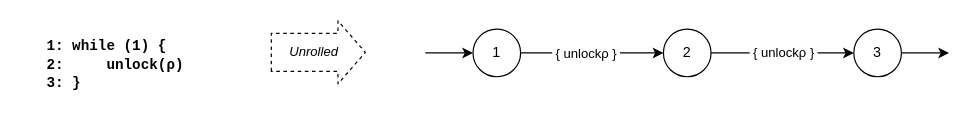
Above: implementation/figures/unrolling-false-positive.drawio in andersfischernielsen/Finding-Resource-Manipulation-Bugs-with-Monitor-Automata-on-the-Example-of-the-Linux-Kernel (draw.io), before the change. Source tidied: cells renumbered, new cells numbered last; positions are measured from the earlier drawing's top-left corner, leaving out a move shared by most shapes. Both pictures are drawn from the tidied source at 119%, with x=0, y=0 at pixel (44, 29).
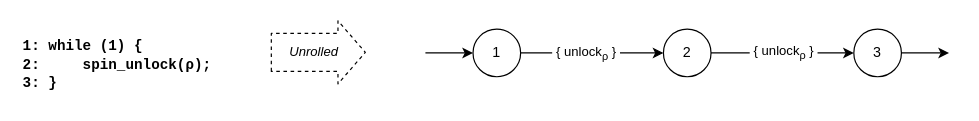
Above is the later version.

The edit, as a diff of the source:
```diff
@@
 <mxGraphModel>
   <root>
     <mxCell id="0" />
     <mxCell id="1" parent="0" />
     <mxCell id="2" style="edgeStyle=orthogonalEdgeStyle;rounded=0;jettySize=auto;html=1;exitX=1;exitY=0.5;exitDx=0;exitDy=0;entryX=0;entryY=0.5;entryDx=0;entryDy=0;" parent="1" edge="1" source="4" target="8">
       <mxGeometry relative="1" as="geometry" />
     </mxCell>
-    <mxCell id="3" value="&amp;nbsp;{ unlockρ }&amp;nbsp;" style="edgeLabel;html=1;align=center;verticalAlign=middle;" parent="2" vertex="1">
+    <mxCell id="3" value="&amp;nbsp;{ unlock&lt;sub&gt;ρ&lt;/sub&gt; }&amp;nbsp;" style="edgeLabel;html=1;align=center;verticalAlign=middle;" parent="2" vertex="1">
       <mxGeometry x="-0.28" relative="1" as="geometry">
         <mxPoint x="11" as="offset" />
       </mxGeometry>
     </mxCell>
     <mxCell id="4" value="1" style="ellipse;whiteSpace=wrap;html=1;" parent="1" vertex="1">
       <mxGeometry x="360" width="40" height="40" as="geometry" />
     </mxCell>
-    <mxCell id="5" value="&lt;font face=&quot;Courier New&quot;&gt;&lt;b&gt;1: while (1) {&lt;br&gt;2:&amp;nbsp; &amp;nbsp; &amp;nbsp;unlock(ρ)&lt;br&gt;&lt;/b&gt;&lt;/font&gt;&lt;div&gt;&lt;span&gt;&lt;font face=&quot;Courier New&quot;&gt;&lt;b&gt;3: }&lt;/b&gt;&lt;/font&gt;&lt;/span&gt;&lt;/div&gt;" style="text;html=1;strokeColor=none;fillColor=none;align=left;verticalAlign=middle;whiteSpace=wrap;rounded=0;" parent="1" vertex="1">
-      <mxGeometry width="120" height="60" as="geometry" />
+    <mxCell id="5" value="&lt;font face=&quot;Courier New&quot;&gt;&lt;b&gt;1: while (1) {&lt;br&gt;2:&amp;nbsp; &amp;nbsp; &amp;nbsp;spin_unlock(ρ);&lt;br&gt;&lt;/b&gt;&lt;/font&gt;&lt;div&gt;&lt;span&gt;&lt;font face=&quot;Courier New&quot;&gt;&lt;b&gt;3: }&lt;/b&gt;&lt;/font&gt;&lt;/span&gt;&lt;/div&gt;" style="text;html=1;strokeColor=none;fillColor=none;align=left;verticalAlign=middle;whiteSpace=wrap;rounded=0;" parent="1" vertex="1">
+      <mxGeometry x="-20" width="170" height="60" as="geometry" />
     </mxCell>
     <mxCell id="6" style="edgeStyle=orthogonalEdgeStyle;rounded=0;jettySize=auto;html=1;exitX=1;exitY=0.5;exitDx=0;exitDy=0;entryX=0;entryY=0.5;entryDx=0;entryDy=0;" parent="1" edge="1" source="8" target="9">
       <mxGeometry relative="1" as="geometry" />
     </mxCell>
-    <mxCell id="7" value="&amp;nbsp;{ unlockρ }&amp;nbsp;" style="edgeLabel;html=1;align=center;verticalAlign=middle;" parent="6" vertex="1">
+    <mxCell id="7" value="&amp;nbsp;{ unlock&lt;sub&gt;ρ&lt;/sub&gt; }&amp;nbsp;" style="edgeLabel;html=1;align=center;verticalAlign=middle;" parent="6" vertex="1">
       <mxGeometry y="1" relative="1" as="geometry" />
     </mxCell>
     <mxCell id="8" value="2" style="ellipse;whiteSpace=wrap;html=1;" parent="1" vertex="1">
       <mxGeometry x="520" width="40" height="40" as="geometry" />
     </mxCell>
     <mxCell id="9" value="3" style="ellipse;whiteSpace=wrap;html=1;" parent="1" vertex="1">
       <mxGeometry x="680" width="40" height="40" as="geometry" />
     </mxCell>
     <mxCell id="10" style="endArrow=classic;html=1;entryX=0;entryY=0.5;entryDx=0;entryDy=0;" parent="1" edge="1" target="4">
       <mxGeometry relative="1" as="geometry">
         <mxPoint x="320" y="20" as="sourcePoint" />
       </mxGeometry>
     </mxCell>
     <mxCell id="11" style="endArrow=classic;html=1;exitX=1;exitY=0.5;exitDx=0;exitDy=0;" parent="1" edge="1" source="9">
       <mxGeometry relative="1" as="geometry">
         <mxPoint x="760" y="20" as="targetPoint" />
       </mxGeometry>
     </mxCell>
     <mxCell id="12" style="shape=flexArrow;endArrow=classic;html=1;width=32;endSize=7.33;dashed=1;" parent="1" edge="1">
       <mxGeometry relative="1" as="geometry">
         <mxPoint x="190" y="19.5" as="sourcePoint" />
         <mxPoint x="270" y="19.5" as="targetPoint" />
       </mxGeometry>
     </mxCell>
     <mxCell id="13" value="Unrolled" style="edgeLabel;html=1;align=center;verticalAlign=middle;fontStyle=2;" parent="12" vertex="1">
       <mxGeometry x="-0.28" y="3" relative="1" as="geometry">
         <mxPoint x="6" y="2" as="offset" />
       </mxGeometry>
     </mxCell>
   </root>
 </mxGraphModel>
```
